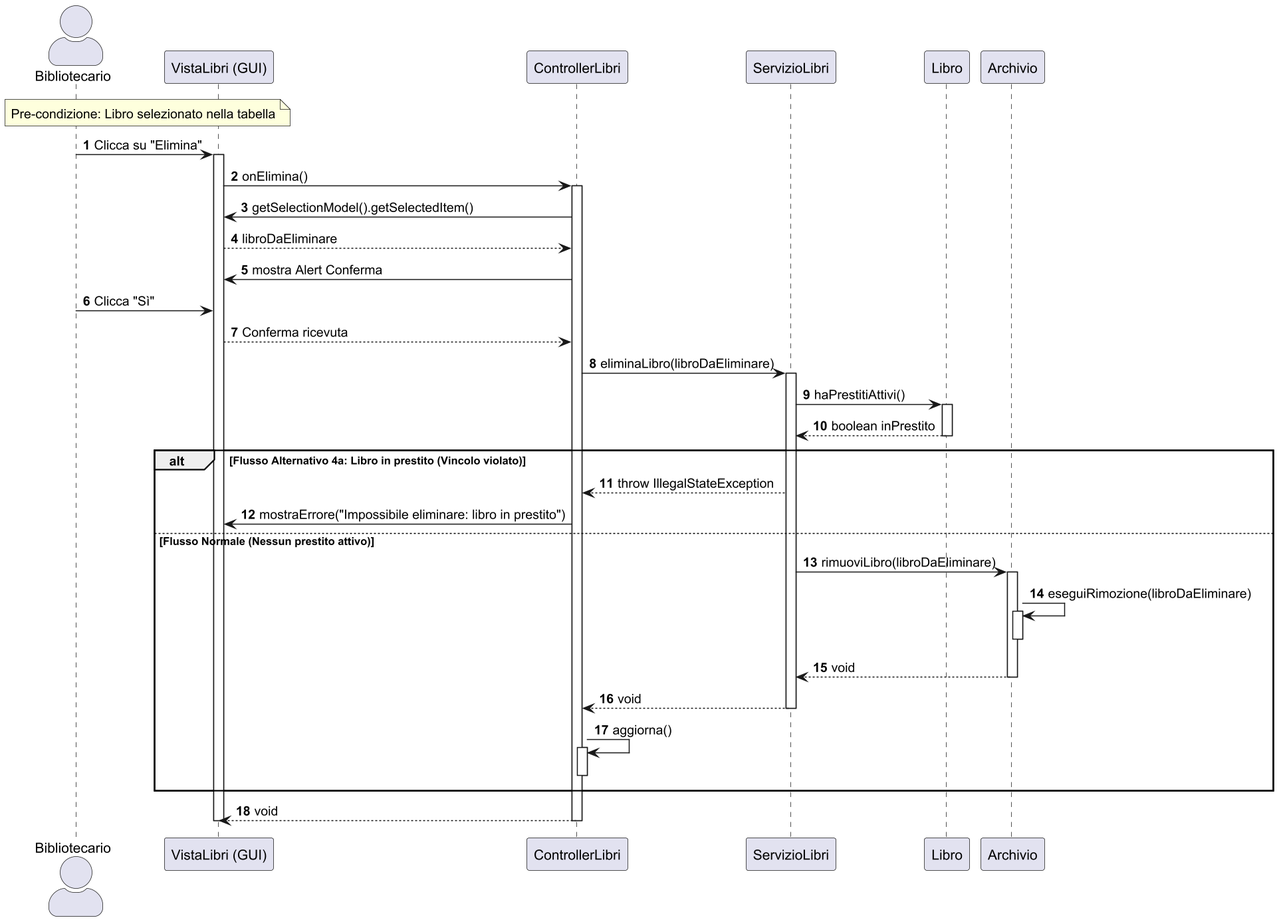
The PlantUML diagram docs/Design/Diagrammi di sequenza/UC5.png in digregoriomario/bibliosoft, before a commit. The source it was exported from:
```plantuml
@startuml
scale 1.5
skinparam actorStyle awesome
autonumber

actor "Bibliotecario" as User
participant "VistaLibri (GUI)" as GUI
participant "ControllerLibri" as CL
participant "ServizioLibri" as SL
participant "Libro" as Model
participant "Archivio" as ARC

note over User, GUI: Pre-condizione: Libro selezionato nella tabella

User -> GUI : Clicca su "Elimina"
activate GUI

GUI -> CL : onElimina()
activate CL

    CL -> GUI : getSelectionModel().getSelectedItem()
    GUI --> CL : libroDaEliminare

    CL -> GUI : mostra Alert Conferma
    User -> GUI : Clicca "Sì"
    GUI --> CL : Conferma ricevuta

    CL -> SL : eliminaLibro(libroDaEliminare)
    activate SL

        SL -> Model : haPrestitiAttivi()
        activate Model
        Model --> SL : boolean inPrestito
        deactivate Model

        alt Flusso Alternativo 4a: Libro in prestito (Vincolo violato)
            SL --> CL : throw IllegalStateException

            CL -> GUI : mostraErrore("Impossibile eliminare: libro in prestito")

        else Flusso Normale (Nessun prestito attivo)
            SL -> ARC : rimuoviLibro(libroDaEliminare)
            activate ARC

            ARC -> ARC : eseguiRimozione(libroDaEliminare)
            activate ARC
            deactivate ARC

            ARC --> SL : void
            deactivate ARC

            SL --> CL : void
            deactivate SL

            CL -> CL : aggiorna()
            activate CL
            deactivate CL
        end

CL --> GUI : void
deactivate CL
deactivate GUI
@enduml
```
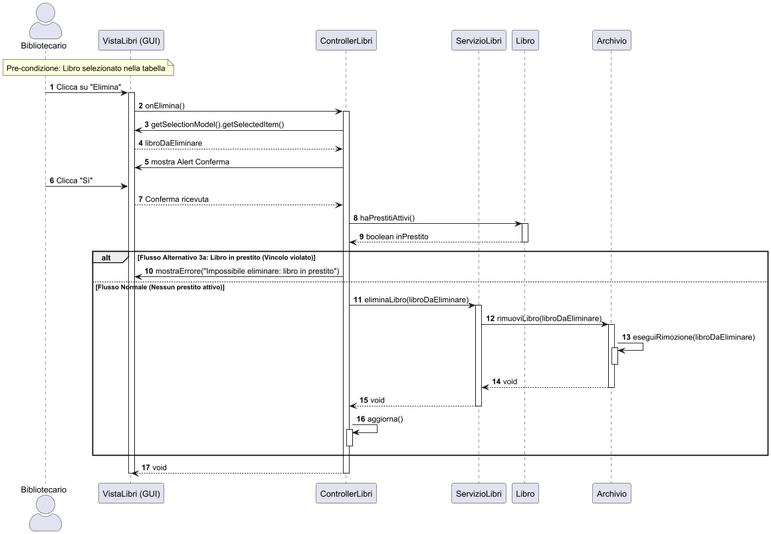
After the commit.

Change to the diagram source:
```diff
@@ -25,37 +25,33 @@
     User -> GUI : Clicca "Sì"
     GUI --> CL : Conferma ricevuta
 
-    CL -> SL : eliminaLibro(libroDaEliminare)
-    activate SL
+    CL -> Model : haPrestitiAttivi()
+    activate Model
+    Model --> CL : boolean inPrestito
+    deactivate Model
 
-        SL -> Model : haPrestitiAttivi()
-        activate Model
-        Model --> SL : boolean inPrestito
-        deactivate Model
+    alt Flusso Alternativo 3a: Libro in prestito (Vincolo violato)
+        CL -> GUI : mostraErrore("Impossibile eliminare: libro in prestito")
 
-        alt Flusso Alternativo 4a: Libro in prestito (Vincolo violato)
-            SL --> CL : throw IllegalStateException
+    else Flusso Normale (Nessun prestito attivo)
+        CL -> SL : eliminaLibro(libroDaEliminare)
+        activate SL
 
-            CL -> GUI : mostraErrore("Impossibile eliminare: libro in prestito")
-
-        else Flusso Normale (Nessun prestito attivo)
             SL -> ARC : rimuoviLibro(libroDaEliminare)
             activate ARC
-
             ARC -> ARC : eseguiRimozione(libroDaEliminare)
             activate ARC
             deactivate ARC
-
             ARC --> SL : void
             deactivate ARC
 
-            SL --> CL : void
-            deactivate SL
+        SL --> CL : void
+        deactivate SL
 
-            CL -> CL : aggiorna()
-            activate CL
-            deactivate CL
-        end
+        CL -> CL : aggiorna()
+        activate CL
+        deactivate CL
+    end
 
 CL --> GUI : void
 deactivate CL
```
